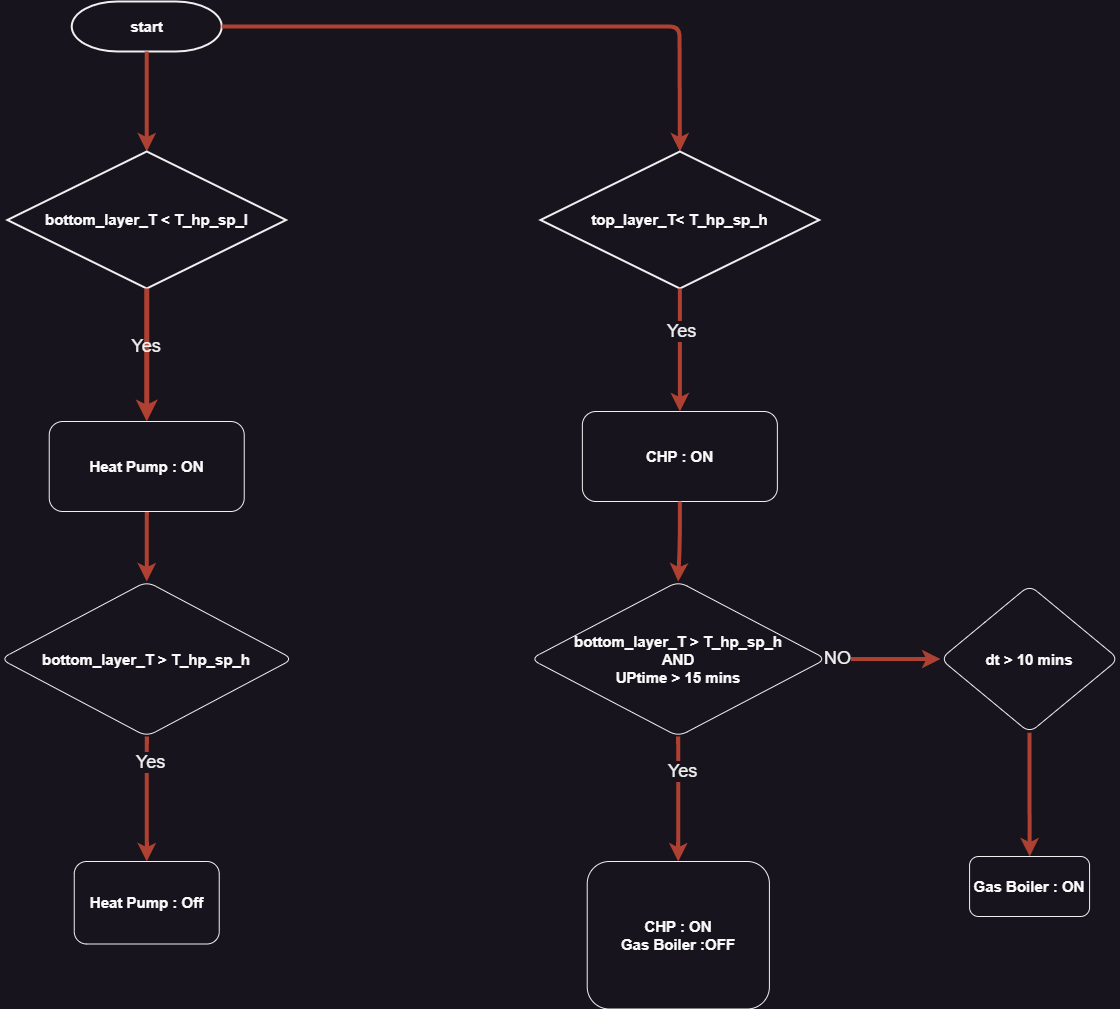
Earlier version of the draw.io export docs/Controller logic.png (ltomas1/DES.sim). Source tidied: cells renumbered, new cells last; positions are measured from the earlier drawing's top-left corner, leaving out a move shared by most shapes. The source it was exported from:
```xml
<mxGraphModel>
  <root>
    <mxCell id="0" />
    <mxCell id="1" parent="0" />
    <mxCell id="2" value="start" style="shape=mxgraph.flowchart.terminator;strokeWidth=2;gradientDirection=north;fontStyle=1;html=1;rounded=1;fontSize=15;fontColor=#fafafa;" parent="1" vertex="1">
      <mxGeometry x="71.2" width="150" height="50" as="geometry" />
    </mxCell>
    <mxCell id="3" style="fontStyle=1;strokeColor=#ae4132;strokeWidth=4;html=1;fillColor=#fad9d5;entryX=0.5;entryY=0;entryDx=0;entryDy=0;entryPerimeter=0;rounded=1;" parent="1" edge="1" source="2" target="4">
      <mxGeometry relative="1" as="geometry" />
    </mxCell>
    <mxCell id="4" value="bottom_layer_T &amp;lt; T_hp_sp_l" style="shape=mxgraph.flowchart.decision;strokeWidth=2;gradientDirection=north;fontStyle=1;html=1;rounded=1;fontSize=15;fontColor=#fafafa;" parent="1" vertex="1">
      <mxGeometry x="6.9" y="150" width="278.8" height="137" as="geometry" />
    </mxCell>
    <mxCell id="5" style="fontStyle=1;strokeColor=#ae4132;strokeWidth=5;html=1;fillColor=#6a00ff;entryX=0.5;entryY=0;entryDx=0;entryDy=0;exitX=0.5;exitY=1;exitDx=0;exitDy=0;exitPerimeter=0;rounded=1;" parent="1" edge="1" source="4" target="8">
      <mxGeometry relative="1" as="geometry" />
    </mxCell>
    <mxCell id="6" value="Yes" style="text;html=1;align=center;verticalAlign=middle;whiteSpace=wrap;rounded=1;fontSize=18;" parent="1" vertex="1">
      <mxGeometry x="116.2" y="330" width="60" height="30" as="geometry" />
    </mxCell>
    <mxCell id="7" style="edgeStyle=orthogonalEdgeStyle;rounded=1;jettySize=auto;html=1;strokeWidth=4;fillColor=#fad9d5;strokeColor=#ae4132;" parent="1" edge="1" source="8" target="11">
      <mxGeometry relative="1" as="geometry" />
    </mxCell>
    <mxCell id="8" value="Heat Pump : ON" style="rounded=1;whiteSpace=wrap;html=1;fontSize=15;fontStyle=1;fontColor=#fafafa;" parent="1" vertex="1">
      <mxGeometry x="48.7" y="420" width="195" height="90" as="geometry" />
    </mxCell>
    <mxCell id="9" style="edgeStyle=orthogonalEdgeStyle;rounded=1;jettySize=auto;html=1;strokeWidth=4;fillColor=#fad9d5;strokeColor=#ae4132;" parent="1" edge="1" source="11" target="12">
      <mxGeometry relative="1" as="geometry" />
    </mxCell>
    <mxCell id="10" value="Yes" style="edgeLabel;html=1;align=center;verticalAlign=middle;rounded=1;fontSize=18;" parent="9" vertex="1">
      <mxGeometry x="-0.6" y="3" relative="1" as="geometry" />
    </mxCell>
    <mxCell id="11" value="bottom_layer_T &amp;gt; T_hp_sp_h" style="rhombus;whiteSpace=wrap;html=1;rounded=1;fontSize=15;fontStyle=1;fontColor=#fafafa;" parent="1" vertex="1">
      <mxGeometry y="580" width="292.5" height="155" as="geometry" />
    </mxCell>
    <mxCell id="12" value="Heat Pump : Off" style="whiteSpace=wrap;html=1;rounded=1;fontSize=15;fontStyle=1;fontColor=#fafafa;" parent="1" vertex="1">
      <mxGeometry x="73.8" y="860" width="145" height="82.5" as="geometry" />
    </mxCell>
    <mxCell id="13" style="fontStyle=1;strokeColor=#ae4132;strokeWidth=4;html=1;fillColor=#fad9d5;exitX=1;exitY=0.5;exitDx=0;exitDy=0;exitPerimeter=0;entryX=0.5;entryY=0;entryDx=0;entryDy=0;entryPerimeter=0;rounded=1;" parent="1" edge="1" source="2" target="14">
      <mxGeometry relative="1" as="geometry">
        <Array as="points">
          <mxPoint x="679" y="25" />
        </Array>
      </mxGeometry>
    </mxCell>
    <mxCell id="14" value="top_layer_T&amp;lt; T_hp_sp_h" style="shape=mxgraph.flowchart.decision;strokeWidth=2;gradientDirection=north;fontStyle=1;html=1;rounded=1;fontSize=15;fontColor=#fafafa;" parent="1" vertex="1">
      <mxGeometry x="540" y="150" width="278.8" height="137" as="geometry" />
    </mxCell>
    <mxCell id="15" value="CHP : ON" style="rounded=1;whiteSpace=wrap;html=1;fontSize=15;fontStyle=1;fontColor=#fafafa;" parent="1" vertex="1">
      <mxGeometry x="581.9" y="410" width="195" height="90" as="geometry" />
    </mxCell>
    <mxCell id="16" style="fontStyle=1;strokeColor=#ae4132;strokeWidth=4;html=1;fillColor=#fad9d5;exitX=0.5;exitY=1;exitDx=0;exitDy=0;exitPerimeter=0;entryX=0.5;entryY=0;entryDx=0;entryDy=0;rounded=1;" parent="1" edge="1" source="14" target="15">
      <mxGeometry relative="1" as="geometry" />
    </mxCell>
    <mxCell id="17" value="Yes" style="edgeLabel;html=1;align=center;verticalAlign=middle;rounded=1;fontSize=18;" parent="16" vertex="1">
      <mxGeometry x="-0.33" y="1" relative="1" as="geometry" />
    </mxCell>
    <mxCell id="18" style="edgeStyle=orthogonalEdgeStyle;rounded=1;jettySize=auto;html=1;exitX=0.5;exitY=1;exitDx=0;exitDy=0;strokeWidth=4;fillColor=#fad9d5;strokeColor=#ae4132;" parent="1" edge="1" source="15" target="23">
      <mxGeometry relative="1" as="geometry" />
    </mxCell>
    <mxCell id="19" style="edgeStyle=orthogonalEdgeStyle;rounded=1;jettySize=auto;html=1;strokeWidth=4;fillColor=#fad9d5;strokeColor=#ae4132;" parent="1" edge="1" source="23" target="25">
      <mxGeometry relative="1" as="geometry" />
    </mxCell>
    <mxCell id="20" value="NO" style="edgeLabel;html=1;align=center;verticalAlign=middle;rounded=1;fontSize=18;" parent="19" vertex="1">
      <mxGeometry x="-0.82" y="2" relative="1" as="geometry">
        <mxPoint y="1" as="offset" />
      </mxGeometry>
    </mxCell>
    <mxCell id="21" style="edgeStyle=orthogonalEdgeStyle;rounded=1;jettySize=auto;html=1;strokeWidth=4;fillColor=#fad9d5;strokeColor=#ae4132;" parent="1" edge="1" source="23" target="27">
      <mxGeometry relative="1" as="geometry" />
    </mxCell>
    <mxCell id="22" value="Yes" style="edgeLabel;html=1;align=center;verticalAlign=middle;rounded=1;fontSize=18;" parent="21" vertex="1">
      <mxGeometry x="-0.46" y="3" relative="1" as="geometry" />
    </mxCell>
    <mxCell id="23" value="bottom_layer_T &amp;gt; T_hp_sp_h&lt;div style=&quot;font-size: 15px;&quot;&gt;AND&lt;/div&gt;&lt;div style=&quot;font-size: 15px;&quot;&gt;UPtime &amp;gt; 15 mins&lt;/div&gt;" style="rhombus;whiteSpace=wrap;html=1;rounded=1;fontSize=15;fontStyle=1;fontColor=#fafafa;" parent="1" vertex="1">
      <mxGeometry x="530" y="580" width="295.6" height="155" as="geometry" />
    </mxCell>
    <mxCell id="24" style="edgeStyle=orthogonalEdgeStyle;rounded=1;jettySize=auto;html=1;strokeWidth=4;fillColor=#fad9d5;strokeColor=#ae4132;" parent="1" edge="1" source="25" target="26">
      <mxGeometry relative="1" as="geometry" />
    </mxCell>
    <mxCell id="25" value="dt &amp;gt; 10 mins" style="rhombus;whiteSpace=wrap;html=1;rounded=1;fontSize=15;fontStyle=1;fontColor=#fafafa;" parent="1" vertex="1">
      <mxGeometry x="940" y="583.8" width="178.1" height="147.5" as="geometry" />
    </mxCell>
    <mxCell id="26" value="Gas Boiler : ON" style="whiteSpace=wrap;html=1;rounded=1;fontSize=15;fontStyle=1;fontColor=#fafafa;" parent="1" vertex="1">
      <mxGeometry x="969.1" y="855" width="120" height="60" as="geometry" />
    </mxCell>
    <mxCell id="27" value="CHP : ON&lt;div style=&quot;font-size: 15px;&quot;&gt;Gas Boiler :OFF&lt;/div&gt;" style="whiteSpace=wrap;html=1;rounded=1;fontSize=15;fontStyle=1;fontColor=#fafafa;" parent="1" vertex="1">
      <mxGeometry x="586.7" y="860" width="182.2" height="147.5" as="geometry" />
    </mxCell>
  </root>
</mxGraphModel>
```
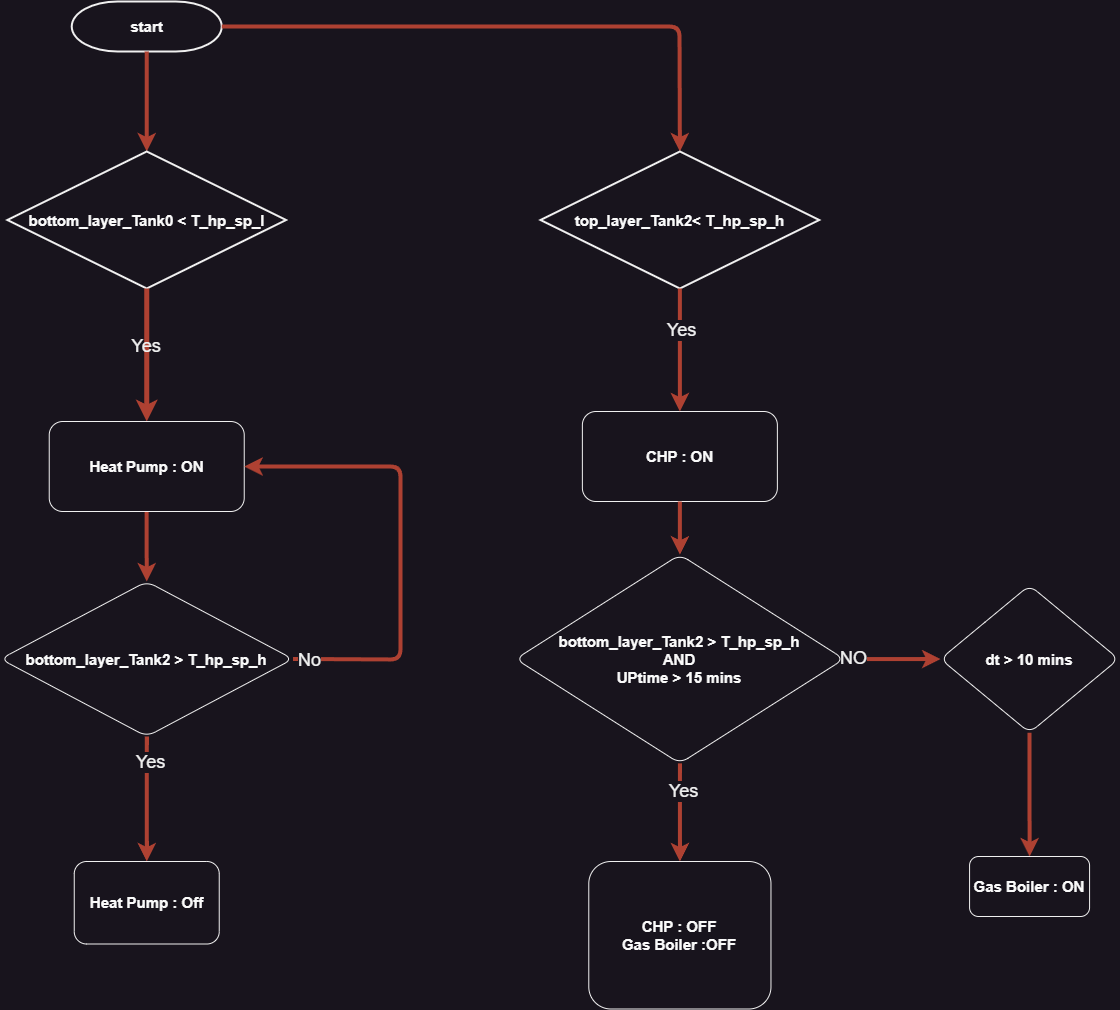
After the commit.

Commit message:
boiler docs and controller doc correction

Diff of the diagram source:
```diff
@@ -8,7 +8,7 @@
     <mxCell id="3" style="fontStyle=1;strokeColor=#ae4132;strokeWidth=4;html=1;fillColor=#fad9d5;entryX=0.5;entryY=0;entryDx=0;entryDy=0;entryPerimeter=0;rounded=1;" parent="1" edge="1" source="2" target="4">
       <mxGeometry relative="1" as="geometry" />
     </mxCell>
-    <mxCell id="4" value="bottom_layer_T &amp;lt; T_hp_sp_l" style="shape=mxgraph.flowchart.decision;strokeWidth=2;gradientDirection=north;fontStyle=1;html=1;rounded=1;fontSize=15;fontColor=#fafafa;" parent="1" vertex="1">
+    <mxCell id="4" value="bottom_layer_Tank0 &amp;lt; T_hp_sp_l" style="shape=mxgraph.flowchart.decision;strokeWidth=2;gradientDirection=north;fontStyle=1;html=1;rounded=1;fontSize=15;fontColor=#fafafa;" parent="1" vertex="1">
       <mxGeometry x="6.9" y="150" width="278.8" height="137" as="geometry" />
     </mxCell>
     <mxCell id="5" style="fontStyle=1;strokeColor=#ae4132;strokeWidth=5;html=1;fillColor=#6a00ff;entryX=0.5;entryY=0;entryDx=0;entryDy=0;exitX=0.5;exitY=1;exitDx=0;exitDy=0;exitPerimeter=0;rounded=1;" parent="1" edge="1" source="4" target="8">
@@ -29,7 +29,7 @@
     <mxCell id="10" value="Yes" style="edgeLabel;html=1;align=center;verticalAlign=middle;rounded=1;fontSize=18;" parent="9" vertex="1">
       <mxGeometry x="-0.6" y="3" relative="1" as="geometry" />
     </mxCell>
-    <mxCell id="11" value="bottom_layer_T &amp;gt; T_hp_sp_h" style="rhombus;whiteSpace=wrap;html=1;rounded=1;fontSize=15;fontStyle=1;fontColor=#fafafa;" parent="1" vertex="1">
+    <mxCell id="11" value="bottom_layer_Tank2 &amp;gt; T_hp_sp_h" style="rhombus;whiteSpace=wrap;html=1;rounded=1;fontSize=15;fontStyle=1;fontColor=#fafafa;" parent="1" vertex="1">
       <mxGeometry y="580" width="292.5" height="155" as="geometry" />
     </mxCell>
     <mxCell id="12" value="Heat Pump : Off" style="whiteSpace=wrap;html=1;rounded=1;fontSize=15;fontStyle=1;fontColor=#fafafa;" parent="1" vertex="1">
@@ -42,7 +42,7 @@
         </Array>
       </mxGeometry>
     </mxCell>
-    <mxCell id="14" value="top_layer_T&amp;lt; T_hp_sp_h" style="shape=mxgraph.flowchart.decision;strokeWidth=2;gradientDirection=north;fontStyle=1;html=1;rounded=1;fontSize=15;fontColor=#fafafa;" parent="1" vertex="1">
+    <mxCell id="14" value="top_layer_Tank2&amp;lt; T_hp_sp_h" style="shape=mxgraph.flowchart.decision;strokeWidth=2;gradientDirection=north;fontStyle=1;html=1;rounded=1;fontSize=15;fontColor=#fafafa;" parent="1" vertex="1">
       <mxGeometry x="540" y="150" width="278.8" height="137" as="geometry" />
     </mxCell>
     <mxCell id="15" value="CHP : ON" style="rounded=1;whiteSpace=wrap;html=1;fontSize=15;fontStyle=1;fontColor=#fafafa;" parent="1" vertex="1">
@@ -71,8 +71,8 @@
     <mxCell id="22" value="Yes" style="edgeLabel;html=1;align=center;verticalAlign=middle;rounded=1;fontSize=18;" parent="21" vertex="1">
       <mxGeometry x="-0.46" y="3" relative="1" as="geometry" />
     </mxCell>
-    <mxCell id="23" value="bottom_layer_T &amp;gt; T_hp_sp_h&lt;div style=&quot;font-size: 15px;&quot;&gt;AND&lt;/div&gt;&lt;div style=&quot;font-size: 15px;&quot;&gt;UPtime &amp;gt; 15 mins&lt;/div&gt;" style="rhombus;whiteSpace=wrap;html=1;rounded=1;fontSize=15;fontStyle=1;fontColor=#fafafa;" parent="1" vertex="1">
-      <mxGeometry x="530" y="580" width="295.6" height="155" as="geometry" />
+    <mxCell id="23" value="bottom_layer_Tank2 &amp;gt; T_hp_sp_h&lt;div style=&quot;font-size: 15px;&quot;&gt;AND&lt;/div&gt;&lt;div style=&quot;font-size: 15px;&quot;&gt;UPtime &amp;gt; 15 mins&lt;/div&gt;" style="rhombus;whiteSpace=wrap;html=1;rounded=1;fontSize=15;fontStyle=1;fontColor=#fafafa;" parent="1" vertex="1">
+      <mxGeometry x="515.2" y="553.1" width="328.4" height="208.8" as="geometry" />
     </mxCell>
     <mxCell id="24" style="edgeStyle=orthogonalEdgeStyle;rounded=1;jettySize=auto;html=1;strokeWidth=4;fillColor=#fad9d5;strokeColor=#ae4132;" parent="1" edge="1" source="25" target="26">
       <mxGeometry relative="1" as="geometry" />
@@ -83,8 +83,19 @@
     <mxCell id="26" value="Gas Boiler : ON" style="whiteSpace=wrap;html=1;rounded=1;fontSize=15;fontStyle=1;fontColor=#fafafa;" parent="1" vertex="1">
       <mxGeometry x="969.1" y="855" width="120" height="60" as="geometry" />
     </mxCell>
-    <mxCell id="27" value="CHP : ON&lt;div style=&quot;font-size: 15px;&quot;&gt;Gas Boiler :OFF&lt;/div&gt;" style="whiteSpace=wrap;html=1;rounded=1;fontSize=15;fontStyle=1;fontColor=#fafafa;" parent="1" vertex="1">
-      <mxGeometry x="586.7" y="860" width="182.2" height="147.5" as="geometry" />
+    <mxCell id="27" value="CHP : OFF&lt;div style=&quot;font-size: 15px;&quot;&gt;Gas Boiler :OFF&lt;/div&gt;" style="whiteSpace=wrap;html=1;rounded=1;fontSize=15;fontStyle=1;fontColor=#fafafa;" parent="1" vertex="1">
+      <mxGeometry x="588.3" y="860" width="182.2" height="147.5" as="geometry" />
     </mxCell>
+    <mxCell id="28" style="fontStyle=1;strokeColor=#ae4132;strokeWidth=4;html=1;fillColor=#fad9d5;rounded=1;entryX=1;entryY=0.5;entryDx=0;entryDy=0;exitX=1;exitY=0.5;exitDx=0;exitDy=0;" parent="1" edge="1" source="11" target="8">
+      <mxGeometry relative="1" as="geometry">
+        <Array as="points">
+          <mxPoint x="400" y="658" />
+          <mxPoint x="400" y="465" />
+        </Array>
+      </mxGeometry>
+    </mxCell>
+    <mxCell id="29" value="&lt;font style=&quot;font-size: 18px;&quot;&gt;No&lt;/font&gt;" style="edgeLabel;html=1;align=center;verticalAlign=middle;" parent="28" vertex="1">
+      <mxGeometry x="-0.93" y="-1" relative="1" as="geometry" />
+    </mxCell>
   </root>
 </mxGraphModel>
```
